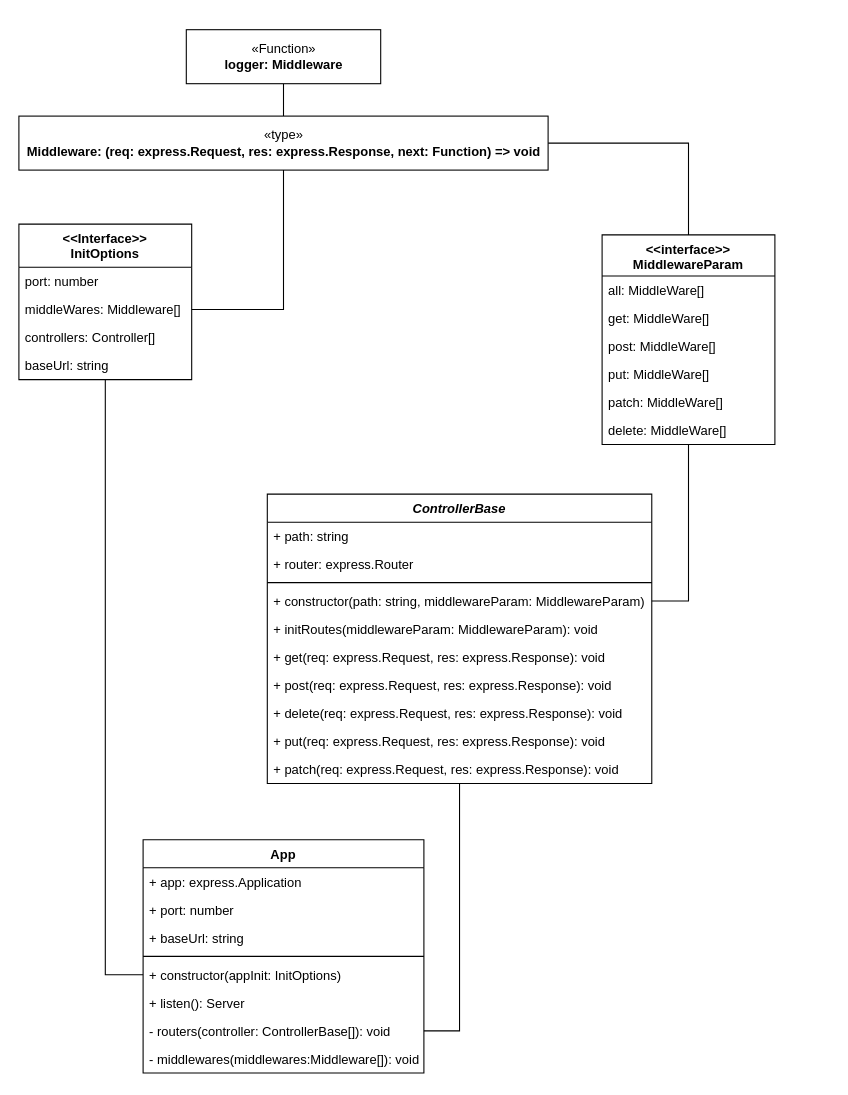
polzerj/Zelia keeps this draw.io diagram as page "Server" (2 of 2) of planning/class_diagram.drawio. Above is the earlier version. Source tidied: cells renumbered, new cells numbered last; positions are measured from the earlier drawing's top-left corner, leaving out a move shared by most shapes. Both pictures are drawn from the tidied source at 108%, with x=0, y=0 at pixel (18, 29).
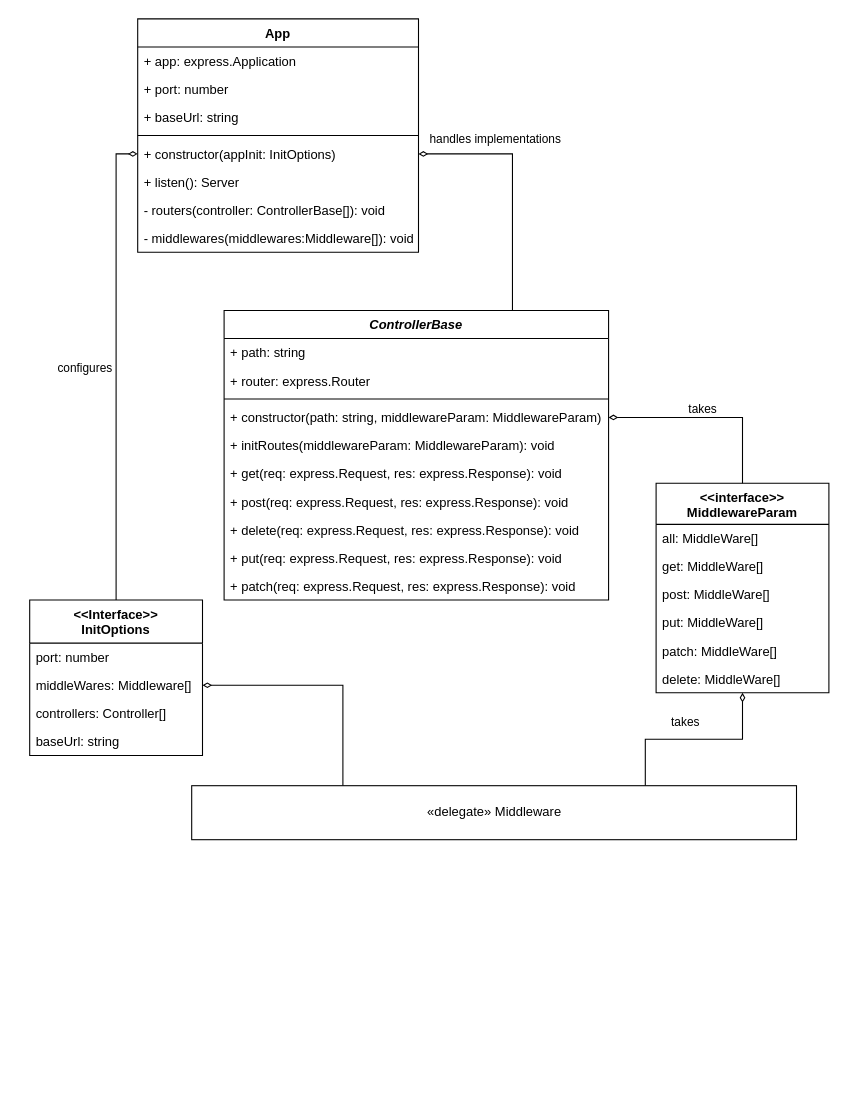
After the change.

Unchanged cells that the change refers to:
```xml
<mxCell id="7" value="+ constructor(appInit: InitOptions)" style="text;strokeColor=none;fillColor=none;align=left;verticalAlign=top;spacingLeft=4;spacingRight=4;overflow=hidden;points=[[0,0.5],[1,0.5]];portConstraint=eastwest;" parent="2" vertex="1">
  <mxGeometry y="112" width="260" height="26" as="geometry" />
</mxCell>
<mxCell id="9" value="- routers(controller: ControllerBase[]): void" style="text;strokeColor=none;fillColor=none;align=left;verticalAlign=top;spacingLeft=4;spacingRight=4;overflow=hidden;points=[[0,0.5],[1,0.5]];portConstraint=eastwest;" parent="2" vertex="1">
  <mxGeometry y="164" width="260" height="26" as="geometry" />
</mxCell>
<mxCell id="13" value="middleWares: Middleware[]" style="text;strokeColor=none;fillColor=none;align=left;verticalAlign=top;spacingLeft=4;spacingRight=4;overflow=hidden;points=[[0,0.5],[1,0.5]];portConstraint=eastwest;" parent="11" vertex="1">
  <mxGeometry y="66" width="160" height="26" as="geometry" />
</mxCell>
<mxCell id="21" value="+ constructor(path: string, middlewareParam: MiddlewareParam)" style="text;strokeColor=none;fillColor=none;align=left;verticalAlign=top;spacingLeft=4;spacingRight=4;overflow=hidden;points=[[0,0.5],[1,0.5]];portConstraint=eastwest;" parent="17" vertex="1">
  <mxGeometry y="86" width="356" height="26" as="geometry" />
</mxCell>
```

What changed in the source:
```diff
@@
     <mxCell id="2" value="App" style="swimlane;fontStyle=1;align=center;verticalAlign=top;horizontal=1;startSize=26;" parent="1" vertex="1">
-      <mxGeometry x="115" y="750" width="260" height="216" as="geometry" />
+      <mxGeometry x="110" y="-10" width="260" height="216" as="geometry" />
     </mxCell>
@@
     <mxCell id="11" value="&lt;&lt;Interface&gt;&gt;&#10;InitOptions" style="swimlane;fontStyle=1;align=center;verticalAlign=top;horizontal=1;startSize=40;" parent="1" vertex="1">
-      <mxGeometry y="180" width="160" height="144" as="geometry" />
+      <mxGeometry x="10" y="528" width="160" height="144" as="geometry" />
     </mxCell>
@@
-    <mxCell id="16" style="edgeStyle=orthogonalEdgeStyle;rounded=0;jettySize=auto;html=1;endArrow=none;endFill=0;" parent="1" edge="1" source="7" target="11">
+    <mxCell id="16" style="edgeStyle=orthogonalEdgeStyle;rounded=0;jettySize=auto;html=1;endArrow=none;endFill=0;startArrow=diamondThin;startFill=0;" parent="1" edge="1" source="7" target="11">
       <mxGeometry relative="1" as="geometry" />
     </mxCell>
+    <mxCell id="42" value="configures" style="edgeLabel;html=1;align=center;verticalAlign=middle;" parent="16" vertex="1">
+      <mxGeometry x="-0.01" relative="1" as="geometry">
+        <mxPoint x="-30" y="3" as="offset" />
+      </mxGeometry>
+    </mxCell>
+    <mxCell id="43" style="edgeStyle=orthogonalEdgeStyle;html=1;exitX=0.75;exitY=0;exitDx=0;exitDy=0;entryX=1;entryY=0.5;entryDx=0;entryDy=0;strokeWidth=1;rounded=0;endArrow=diamondThin;endFill=0;startArrow=none;startFill=0;" parent="1" edge="1" source="17" target="7">
+      <mxGeometry relative="1" as="geometry" />
+    </mxCell>
+    <mxCell id="44" value="handles implementations" style="edgeLabel;html=1;align=center;verticalAlign=middle;" parent="43" vertex="1">
+      <mxGeometry x="-0.09" y="-1" relative="1" as="geometry">
+        <mxPoint x="-18" y="-54" as="offset" />
+      </mxGeometry>
+    </mxCell>
     <mxCell id="17" value="ControllerBase" style="swimlane;fontStyle=3;align=center;verticalAlign=top;horizontal=1;startSize=26;" parent="1" vertex="1">
-      <mxGeometry x="230" y="430" width="356" height="268" as="geometry" />
+      <mxGeometry x="190" y="260" width="356" height="268" as="geometry" />
     </mxCell>
@@
-    <mxCell id="28" style="edgeStyle=orthogonalEdgeStyle;rounded=0;jettySize=auto;html=1;endArrow=none;endFill=0;" parent="1" edge="1" source="9" target="17">
-      <mxGeometry relative="1" as="geometry" />
-    </mxCell>
     <mxCell id="29" value="&lt;&lt;interface&gt;&gt;&#10;MiddlewareParam" style="swimlane;fontStyle=1;align=center;verticalAlign=top;horizontal=1;startSize=38;" parent="1" vertex="1">
-      <mxGeometry x="540" y="190" width="160" height="194" as="geometry" />
+      <mxGeometry x="590" y="420" width="160" height="194" as="geometry" />
     </mxCell>
@@
-    <mxCell id="36" style="edgeStyle=orthogonalEdgeStyle;rounded=0;jettySize=auto;html=1;endArrow=none;endFill=0;" parent="1" edge="1" source="21" target="29">
+    <mxCell id="36" style="edgeStyle=orthogonalEdgeStyle;rounded=0;jettySize=auto;html=1;endArrow=none;endFill=0;startArrow=diamondThin;startFill=0;" parent="1" edge="1" source="21" target="29">
       <mxGeometry relative="1" as="geometry" />
     </mxCell>
+    <mxCell id="45" value="takes" style="edgeLabel;html=1;align=center;verticalAlign=middle;" parent="36" vertex="1">
+      <mxGeometry x="-0.19" y="-2" relative="1" as="geometry">
+        <mxPoint x="11" y="-11" as="offset" />
+      </mxGeometry>
+    </mxCell>
-    <mxCell id="37" style="edgeStyle=orthogonalEdgeStyle;rounded=0;jettySize=auto;html=1;endArrow=none;endFill=0;" parent="1" edge="1" source="39" target="29">
+    <mxCell id="37" style="edgeStyle=orthogonalEdgeStyle;rounded=0;jettySize=auto;html=1;endArrow=diamondThin;endFill=0;startArrow=none;startFill=0;strokeWidth=1;exitX=0.75;exitY=0;exitDx=0;exitDy=0;" parent="1" edge="1" source="47" target="29">
       <mxGeometry relative="1" as="geometry" />
     </mxCell>
-    <mxCell id="38" style="edgeStyle=orthogonalEdgeStyle;rounded=0;jettySize=auto;html=1;endArrow=none;endFill=0;" parent="1" edge="1" source="39" target="41">
-      <mxGeometry relative="1" as="geometry" />
-    </mxCell>
-    <mxCell id="39" value="«type»&lt;br&gt;&lt;b&gt;Middleware: (req: express.Request, res: express.Response, next: Function) =&amp;gt; void&lt;/b&gt;" style="html=1;" parent="1" vertex="1">
-      <mxGeometry y="80" width="490" height="50" as="geometry" />
-    </mxCell>
+    <mxCell id="46" value="takes" style="edgeLabel;html=1;align=center;verticalAlign=middle;" parent="37" vertex="1">
+      <mxGeometry x="-0.29" y="1" relative="1" as="geometry">
+        <mxPoint x="17" y="-16" as="offset" />
+      </mxGeometry>
+    </mxCell>
-    <mxCell id="40" style="edgeStyle=orthogonalEdgeStyle;rounded=0;jettySize=auto;html=1;endArrow=none;endFill=0;" parent="1" edge="1" source="13" target="39">
+    <mxCell id="40" style="rounded=0;jettySize=auto;html=1;endArrow=none;endFill=0;edgeStyle=orthogonalEdgeStyle;entryX=0.25;entryY=0;entryDx=0;entryDy=0;startArrow=diamondThin;startFill=0;" parent="1" edge="1" source="13" target="47">
       <mxGeometry relative="1" as="geometry" />
     </mxCell>
-    <mxCell id="41" value="«Function»&lt;br&gt;&lt;b&gt;logger: Middleware&lt;/b&gt;" style="html=1;" parent="1" vertex="1">
-      <mxGeometry x="155" width="180" height="50" as="geometry" />
-    </mxCell>
+    <mxCell id="47" value="«delegate» Middleware" style="html=1;" parent="1" vertex="1">
+      <mxGeometry x="160" y="700" width="560" height="50" as="geometry" />
+    </mxCell>
```
